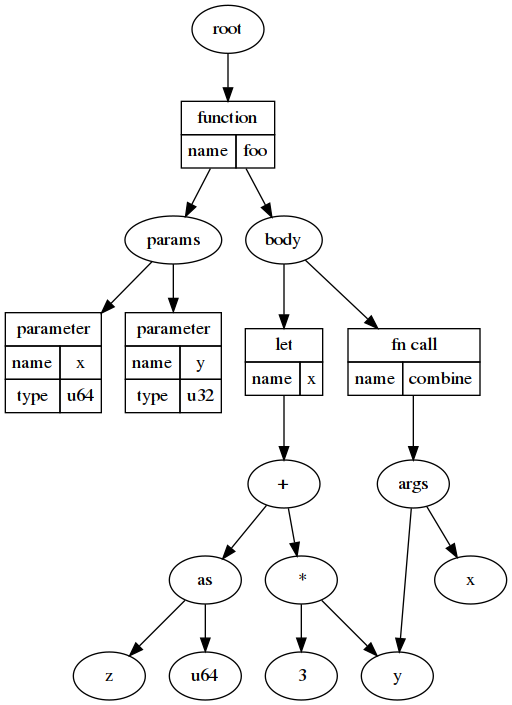
Above: resources/example_tree.png in kneasle/sapling (Graphviz), before the change. Its source is kept beside it as resources/example_tree.dot.
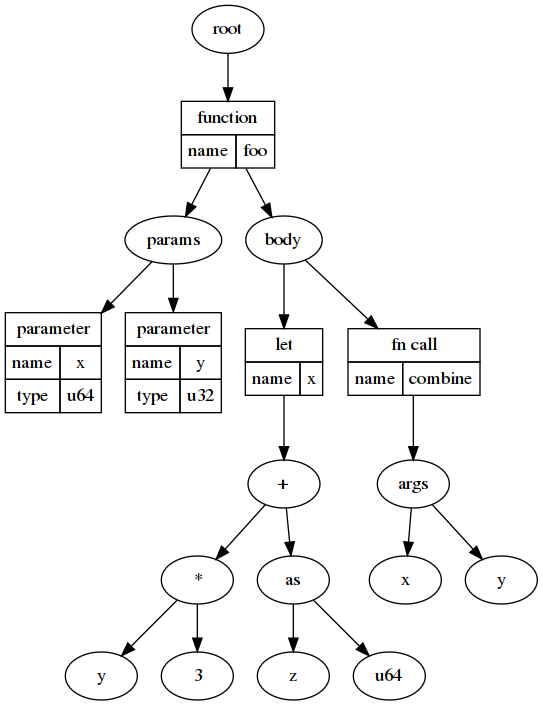
After the commit.

Commit message:
Deduplicate the example AST

The edit, as a diff of the source:
```diff
@@ -76,5 +76,13 @@
     "*" -> y, 3;
     as -> z, u64;
 
-    fn_call -> args -> x, y;
+    y2 [label="y"];
+    fn_call -> args -> x, y2;
+
+    {
+        rank=same;
+        edge [style=invis];
+        x -> y2;
+        rankdir=LR;
+    }
 }
```
